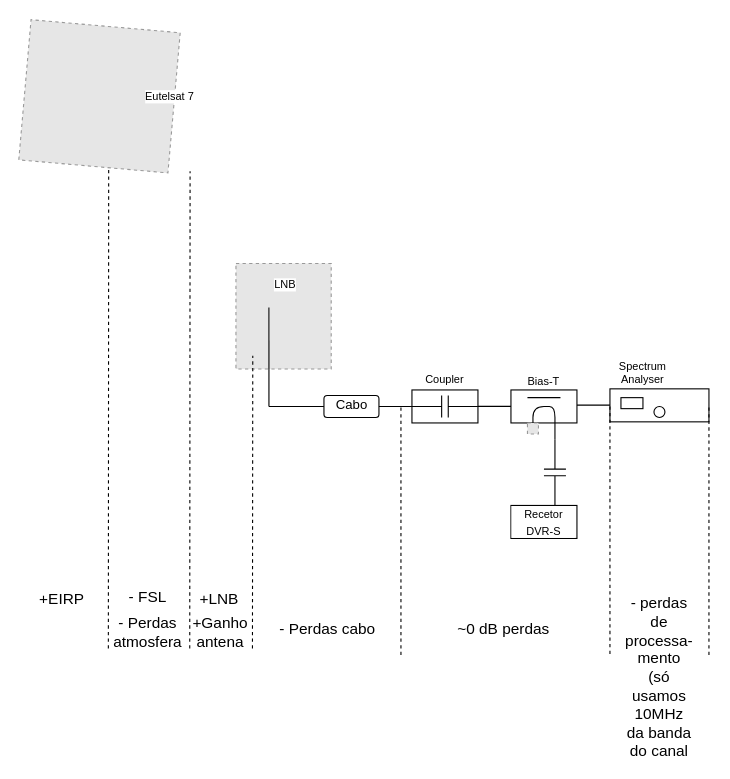
This is montagem.drawio from ArmandoMIEEC/SRFEUP, a draw.io file, before an edit. Source tidied: cells renumbered, new cells numbered last; positions are measured from the earlier drawing's top-left corner, leaving out a move shared by most shapes. Both pictures are drawn from the tidied source at 110%, with x=0, y=0 at pixel (29, 21). Pictures stored in the file or linked from it are replaced by grey dashed boxes.
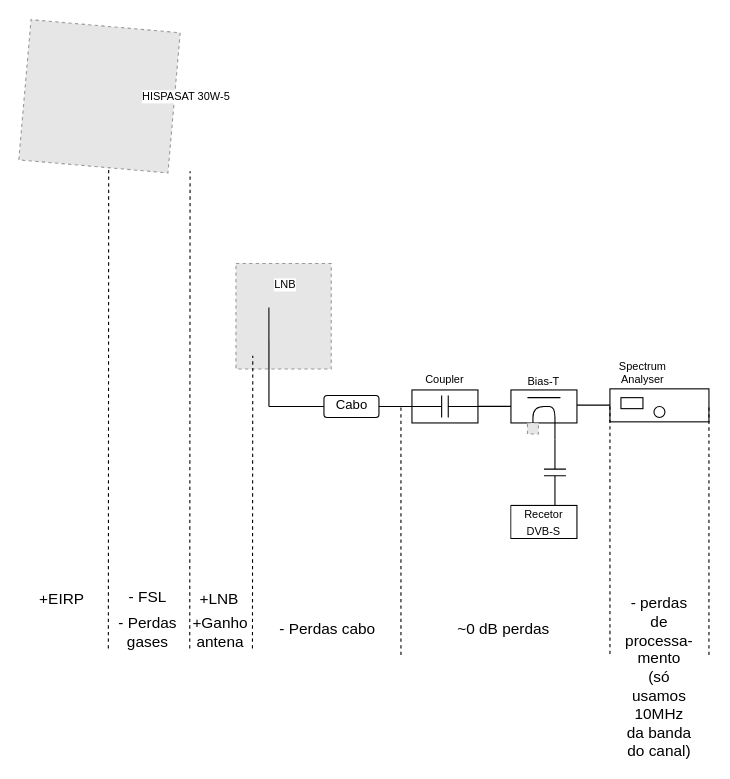
After the change.

Commit message (it also covers changes not shown here):
novo esquema

Diff of the diagram source:
```diff
@@
-    <mxCell id="16" value="&lt;font style=&quot;font-size: 10px;&quot;&gt;Recetor DVR-S&lt;/font&gt;" style="text;html=1;strokeColor=none;fillColor=none;align=center;verticalAlign=middle;whiteSpace=wrap;rounded=0;labelBackgroundColor=default;fontFamily=Helvetica;fontSize=12;fontColor=default;" parent="1" vertex="1">
+    <mxCell id="16" value="&lt;font style=&quot;font-size: 10px;&quot;&gt;Recetor DVB-S&lt;/font&gt;" style="text;html=1;strokeColor=none;fillColor=none;align=center;verticalAlign=middle;whiteSpace=wrap;rounded=0;labelBackgroundColor=default;fontFamily=Helvetica;fontSize=12;fontColor=default;" parent="1" vertex="1">
       <mxGeometry x="438" y="450" width="60" height="9" as="geometry" />
     </mxCell>
@@
-    <mxCell id="27" value="Eutelsat 7" style="text;html=1;strokeColor=none;fillColor=none;align=center;verticalAlign=middle;whiteSpace=wrap;rounded=0;labelBackgroundColor=default;fontFamily=Helvetica;fontSize=10;fontColor=default;" parent="1" vertex="1">
-      <mxGeometry x="98" y="53.1" width="60" height="30" as="geometry" />
+    <mxCell id="27" value="HISPASAT 30W-5" style="text;html=1;strokeColor=none;fillColor=none;align=center;verticalAlign=middle;whiteSpace=wrap;rounded=0;labelBackgroundColor=default;fontFamily=Helvetica;fontSize=10;fontColor=default;" parent="1" vertex="1">
+      <mxGeometry x="98" y="53.1" width="90" height="30" as="geometry" />
     </mxCell>
@@
-    <mxCell id="32" value="&lt;font style=&quot;font-size: 14px;&quot;&gt;- Perdas&lt;br&gt;atmosfera&lt;br&gt;&lt;/font&gt;" style="text;html=1;strokeColor=none;fillColor=none;align=center;verticalAlign=middle;whiteSpace=wrap;rounded=0;labelBackgroundColor=default;fontFamily=Helvetica;fontSize=10;fontColor=default;" parent="1" vertex="1">
+    <mxCell id="32" value="&lt;font style=&quot;font-size: 14px;&quot;&gt;- Perdas&lt;br&gt;gases&lt;br&gt;&lt;/font&gt;" style="text;html=1;strokeColor=none;fillColor=none;align=center;verticalAlign=middle;whiteSpace=wrap;rounded=0;labelBackgroundColor=default;fontFamily=Helvetica;fontSize=10;fontColor=default;" parent="1" vertex="1">
       <mxGeometry x="78" y="540" width="60" height="30" as="geometry" />
     </mxCell>
@@
-    <mxCell id="41" value="&lt;font style=&quot;font-size: 14px;&quot;&gt;- perdas de&lt;br&gt;processa-&lt;br&gt;mento&lt;br&gt;(só usamos 10MHz&lt;br&gt;da banda do canal&lt;br&gt;&lt;/font&gt;" style="text;html=1;strokeColor=none;fillColor=none;align=center;verticalAlign=middle;whiteSpace=wrap;rounded=0;labelBackgroundColor=default;fontFamily=Helvetica;fontSize=10;fontColor=default;" parent="1" vertex="1">
+    <mxCell id="41" value="&lt;font style=&quot;font-size: 14px;&quot;&gt;- perdas de&lt;br&gt;processa-&lt;br&gt;mento&lt;br&gt;(só usamos 10MHz&lt;br&gt;da banda do canal)&lt;br&gt;&lt;/font&gt;" style="text;html=1;strokeColor=none;fillColor=none;align=center;verticalAlign=middle;whiteSpace=wrap;rounded=0;labelBackgroundColor=default;fontFamily=Helvetica;fontSize=10;fontColor=default;" parent="1" vertex="1">
       <mxGeometry x="538" y="581" width="70" height="30" as="geometry" />
     </mxCell>
```
